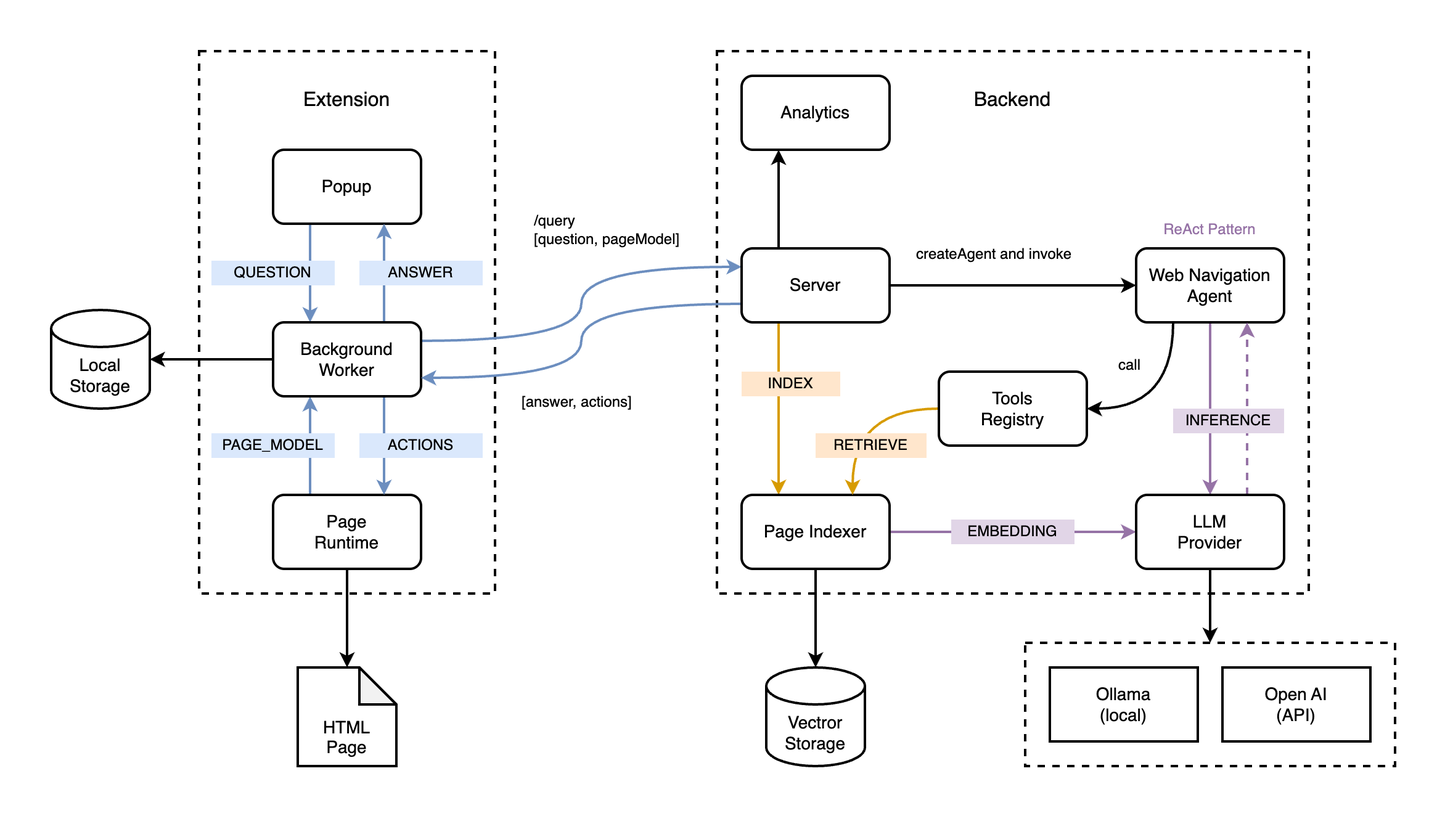
This is docs/assets/architecture-overview.png from cerberus-ab/flowforge, a draw.io export, as it was before one commit. Source tidied: cells renumbered, new cells last; positions are measured from the earlier drawing's top-left corner, leaving out a move shared by most shapes.
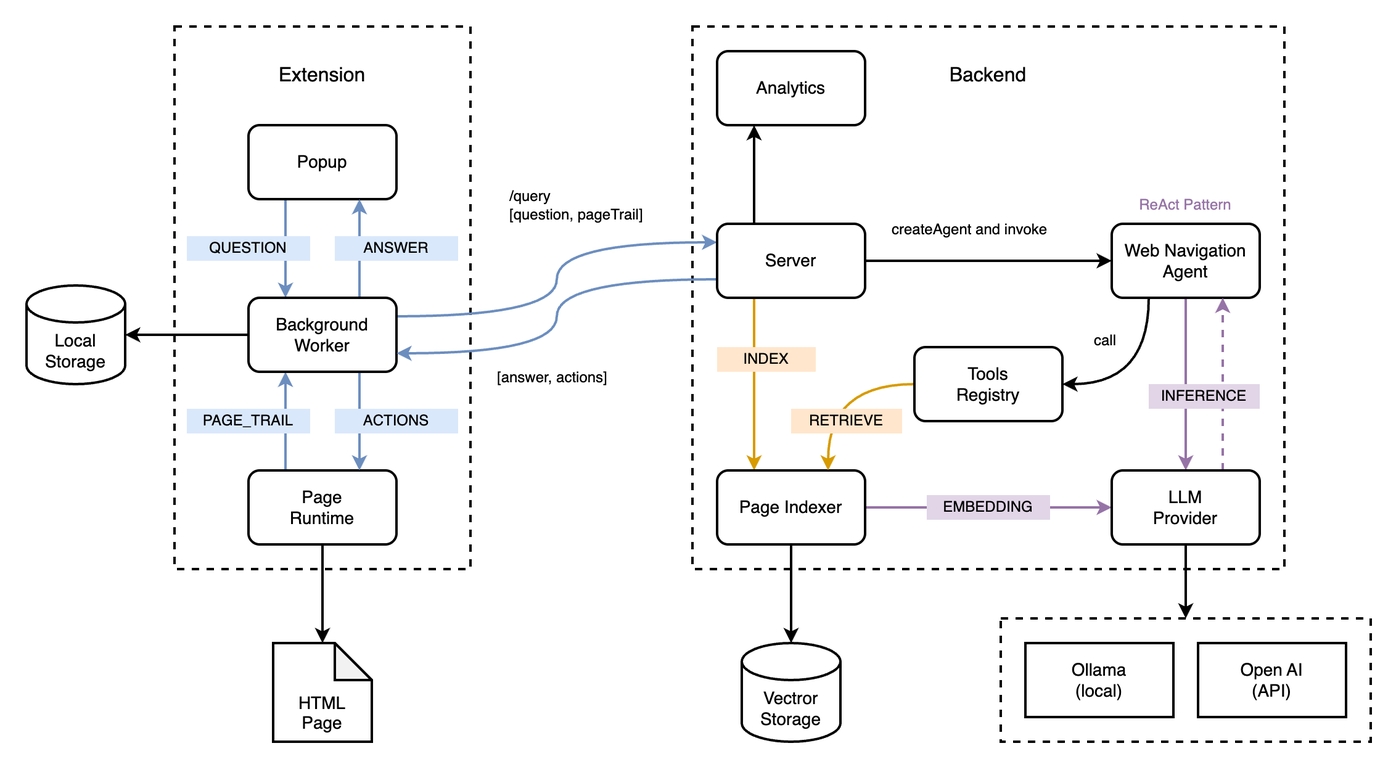
Later version of the same file.

The edit, as a diff of the source:
```diff
@@ -41,7 +41,7 @@
     <mxCell id="14" value="QUESTION" style="text;html=1;align=center;verticalAlign=middle;whiteSpace=wrap;rounded=0;fillColor=#dae8fc;strokeColor=none;" parent="1" vertex="1">
       <mxGeometry x="130" y="170" width="100" height="20" as="geometry" />
     </mxCell>
-    <mxCell id="15" value="PAGE_MODEL" style="text;html=1;align=center;verticalAlign=middle;whiteSpace=wrap;rounded=0;fillColor=#dae8fc;strokeColor=none;" parent="1" vertex="1">
+    <mxCell id="15" value="PAGE_TRAIL" style="text;html=1;align=center;verticalAlign=middle;whiteSpace=wrap;rounded=0;fillColor=#dae8fc;strokeColor=none;" parent="1" vertex="1">
       <mxGeometry x="130" y="310" width="100" height="20" as="geometry" />
     </mxCell>
     <mxCell id="16" style="edgeStyle=orthogonalEdgeStyle;rounded=0;jettySize=auto;html=1;exitX=1;exitY=0.5;exitDx=0;exitDy=0;strokeWidth=2;entryX=0;entryY=0.5;entryDx=0;entryDy=0;" parent="1" edge="1" source="20" target="29">
@@ -59,7 +59,7 @@
     <mxCell id="20" value="Server" style="rounded=1;whiteSpace=wrap;html=1;strokeWidth=2;fontSize=14;" parent="1" vertex="1">
       <mxGeometry x="560" y="160" width="120" height="60" as="geometry" />
     </mxCell>
-    <mxCell id="21" value="/query&lt;br&gt;[question, pageModel]" style="text;html=1;align=left;verticalAlign=middle;whiteSpace=wrap;rounded=0;" parent="1" vertex="1">
+    <mxCell id="21" value="/query&lt;br&gt;[question, pageTrail]" style="text;html=1;align=left;verticalAlign=middle;whiteSpace=wrap;rounded=0;" parent="1" vertex="1">
       <mxGeometry x="390" y="130" width="130" height="30" as="geometry" />
     </mxCell>
     <mxCell id="22" value="ACTIONS" style="text;html=1;align=center;verticalAlign=middle;whiteSpace=wrap;rounded=0;fillColor=#dae8fc;strokeColor=none;" parent="1" vertex="1">
```
